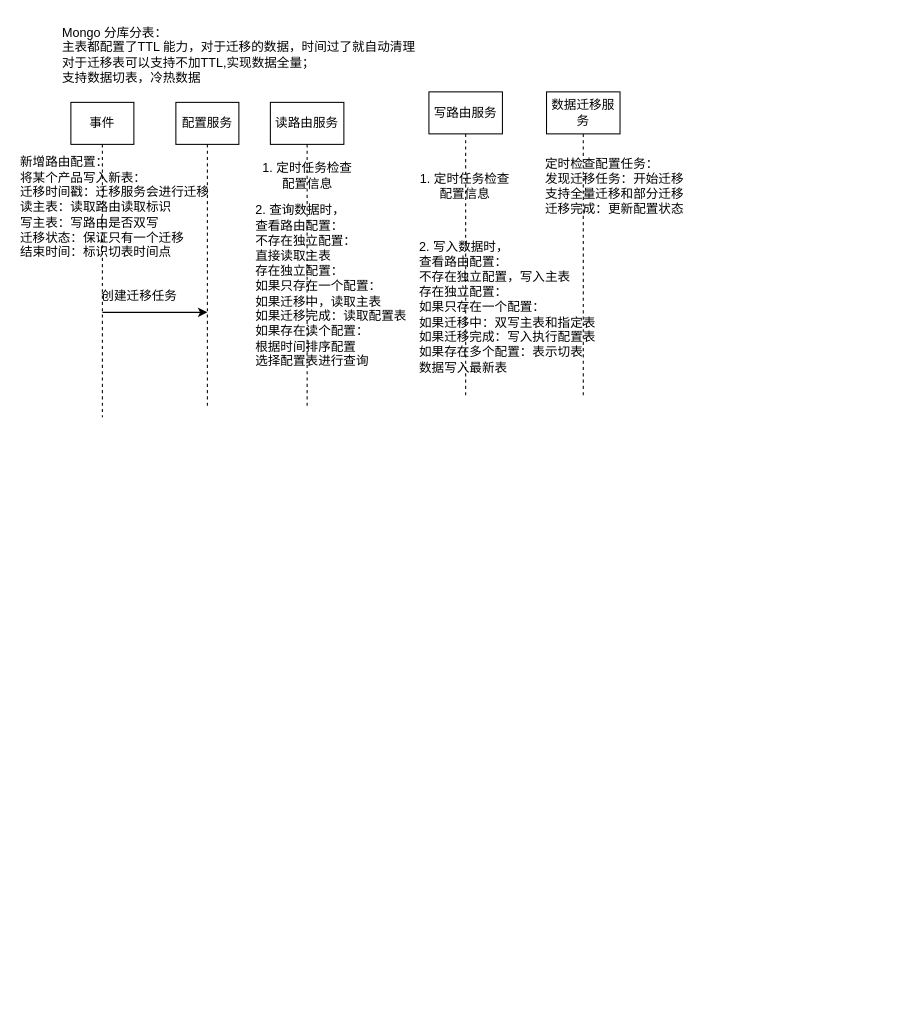
This is 八股文.drawio from cqu20141693/draw.io, a draw.io file, before an edit. Source tidied: cells renumbered, new cells numbered last; positions are measured from the earlier drawing's top-left corner, leaving out a move shared by most shapes. Both pictures are drawn from the tidied source at 105%, with x=0, y=0 at pixel (18, 18).
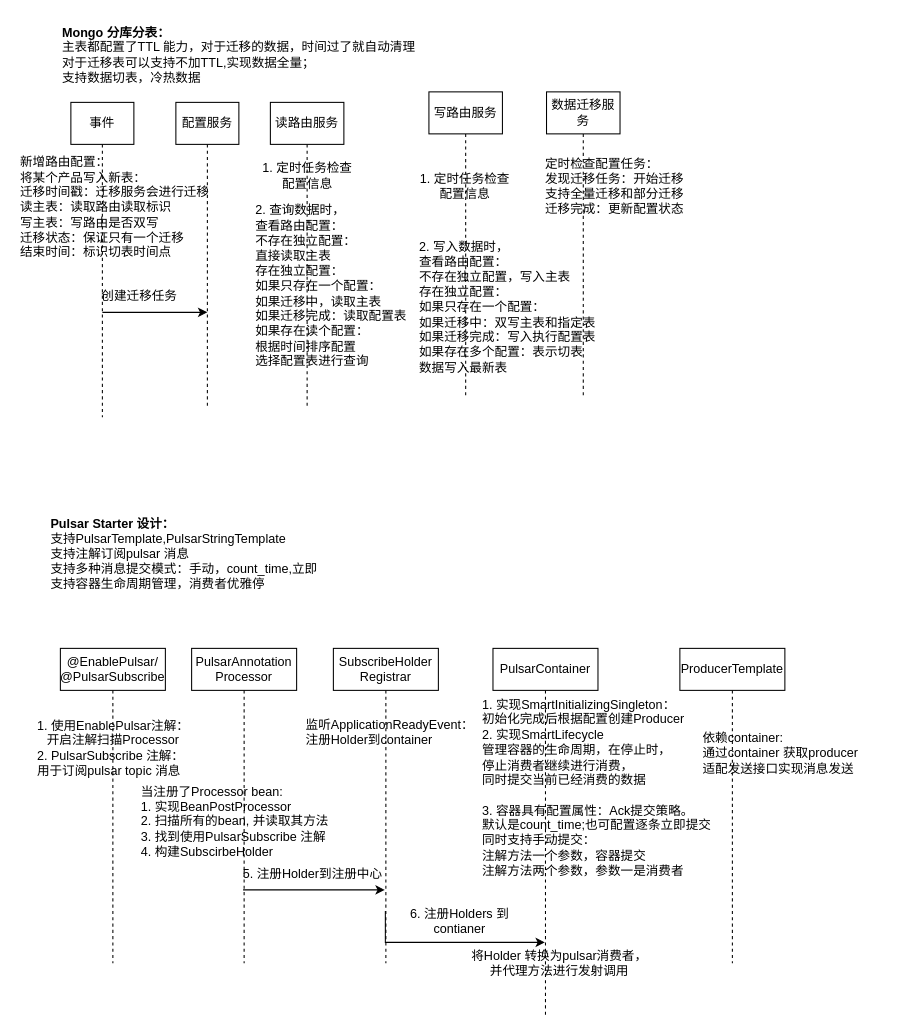
Above is the later version.

Commit message:
更新八股文.drawio

What changed in the source:
```diff
@@
-    <mxCell id="2" value="Mongo 分库分表：&amp;nbsp;&lt;div&gt;主表都配置了TTL 能力，对于迁移的数据，时间过了就自动清理&lt;/div&gt;&lt;div&gt;对于迁移表可以支持不加TTL,实现数据全量；&lt;/div&gt;&lt;div&gt;支持数据切表，冷热数据&lt;/div&gt;" style="text;html=1;align=left;verticalAlign=middle;strokeColor=none;fillColor=none;" parent="1" vertex="1">
+    <mxCell id="2" value="&lt;b&gt;Mongo 分库分表：&amp;nbsp;&lt;/b&gt;&lt;div&gt;主表都配置了TTL 能力，对于迁移的数据，时间过了就自动清理&lt;/div&gt;&lt;div&gt;对于迁移表可以支持不加TTL,实现数据全量；&lt;/div&gt;&lt;div&gt;支持数据切表，冷热数据&lt;/div&gt;" style="text;html=1;align=left;verticalAlign=middle;strokeColor=none;fillColor=none;" parent="1" vertex="1">
       <mxGeometry x="40" width="360" height="70" as="geometry" />
     </mxCell>
@@
+    <mxCell id="16" value="&lt;b&gt;Pulsar Starter 设计：&lt;/b&gt;&lt;div&gt;支持PulsarTemplate,PulsarStringTemplate&lt;/div&gt;&lt;div&gt;支持注解订阅pulsar 消息&lt;/div&gt;&lt;div&gt;支持多种消息提交模式：手动，count_time,立即&lt;/div&gt;&lt;div&gt;支持容器生命周期管理，消费者优雅停&lt;/div&gt;" style="text;html=1;strokeColor=none;fillColor=none;align=left;verticalAlign=middle;whiteSpace=wrap;rounded=0;" parent="1" vertex="1">
+      <mxGeometry x="29" y="470" width="271" height="80" as="geometry" />
+    </mxCell>
+    <mxCell id="17" value="@EnablePulsar/&lt;div&gt;@PulsarSubscribe&lt;/div&gt;" style="shape=umlLifeline;perimeter=lifelinePerimeter;whiteSpace=wrap;html=1;newEdgeStyle={&quot;edgeStyle&quot;:&quot;elbowEdgeStyle&quot;,&quot;elbow&quot;:&quot;vertical&quot;,&quot;curved&quot;:0,&quot;rounded&quot;:0};" parent="1" vertex="1">
+      <mxGeometry x="40" y="600" width="100" height="300" as="geometry" />
+    </mxCell>
+    <mxCell id="18" style="edgeStyle=elbowEdgeStyle;rounded=0;orthogonalLoop=1;jettySize=auto;html=1;elbow=vertical;curved=0;" parent="1" edge="1">
+      <mxGeometry relative="1" as="geometry">
+        <mxPoint x="214" y="830" as="sourcePoint" />
+        <mxPoint x="349" y="830" as="targetPoint" />
+      </mxGeometry>
+    </mxCell>
+    <mxCell id="19" value="PulsarAnnotation&lt;div&gt;Processor&lt;/div&gt;" style="shape=umlLifeline;perimeter=lifelinePerimeter;whiteSpace=wrap;html=1;newEdgeStyle={&quot;edgeStyle&quot;:&quot;elbowEdgeStyle&quot;,&quot;elbow&quot;:&quot;vertical&quot;,&quot;curved&quot;:0,&quot;rounded&quot;:0};" parent="1" vertex="1">
+      <mxGeometry x="165" y="600" width="100" height="300" as="geometry" />
+    </mxCell>
+    <mxCell id="20" value="1. 使用EnablePulsar注解：&lt;div&gt;开启注解扫描Processor&lt;/div&gt;&lt;div style=&quot;text-align: left;&quot;&gt;2. PulsarSubscribe 注解：&lt;/div&gt;&lt;div style=&quot;text-align: left;&quot;&gt;用于订阅pulsar topic 消息&lt;/div&gt;" style="text;html=1;align=center;verticalAlign=middle;strokeColor=none;fillColor=none;" parent="1" vertex="1">
+      <mxGeometry x="5" y="660" width="170" height="70" as="geometry" />
+    </mxCell>
+    <mxCell id="21" value="当注册了Processor bean:&lt;div&gt;1. 实现BeanPostProcessor&lt;/div&gt;&lt;div&gt;2. 扫描所有的bean, 并读取其方法&lt;/div&gt;&lt;div&gt;3. 找到使用PulsarSubscribe 注解&lt;/div&gt;&lt;div&gt;4. 构建SubscirbeHolder&lt;/div&gt;" style="text;html=1;align=left;verticalAlign=middle;strokeColor=none;fillColor=none;" parent="1" vertex="1">
+      <mxGeometry x="115" y="720" width="200" height="90" as="geometry" />
+    </mxCell>
+    <mxCell id="22" style="edgeStyle=elbowEdgeStyle;rounded=0;jettySize=auto;html=1;elbow=vertical;curved=0;" parent="1" edge="1" target="25">
+      <mxGeometry relative="1" as="geometry">
+        <mxPoint x="349.5" y="850" as="sourcePoint" />
+        <Array as="points">
+          <mxPoint x="490" y="880" />
+        </Array>
+      </mxGeometry>
+    </mxCell>
+    <mxCell id="23" value="SubscribeHolder&lt;div&gt;Registrar&lt;br&gt;&lt;/div&gt;" style="shape=umlLifeline;perimeter=lifelinePerimeter;whiteSpace=wrap;html=1;newEdgeStyle={&quot;edgeStyle&quot;:&quot;elbowEdgeStyle&quot;,&quot;elbow&quot;:&quot;vertical&quot;,&quot;curved&quot;:0,&quot;rounded&quot;:0};" parent="1" vertex="1">
+      <mxGeometry x="300" y="600" width="100" height="300" as="geometry" />
+    </mxCell>
+    <mxCell id="24" value="5. 注册Holder到注册中心" style="text;html=1;align=center;verticalAlign=middle;strokeColor=none;fillColor=none;" parent="1" vertex="1">
+      <mxGeometry x="200" y="800" width="160" height="30" as="geometry" />
+    </mxCell>
+    <mxCell id="25" value="&lt;div&gt;PulsarContainer&lt;br&gt;&lt;/div&gt;" style="shape=umlLifeline;perimeter=lifelinePerimeter;whiteSpace=wrap;html=1;outlineConnect=0;portConstraint=eastwest;newEdgeStyle={&quot;edgeStyle&quot;:&quot;elbowEdgeStyle&quot;,&quot;elbow&quot;:&quot;vertical&quot;,&quot;curved&quot;:0,&quot;rounded&quot;:0};" parent="1" vertex="1">
+      <mxGeometry x="452" y="600" width="100" height="350" as="geometry" />
+    </mxCell>
+    <mxCell id="26" value="监听ApplicationReadyEvent：&lt;div&gt;注册Holder到container&lt;/div&gt;" style="text;html=1;align=left;verticalAlign=middle;strokeColor=none;fillColor=none;" parent="1" vertex="1">
+      <mxGeometry x="272" y="660" width="180" height="40" as="geometry" />
+    </mxCell>
+    <mxCell id="27" value="6. 注册Holders 到&lt;div&gt;contianer&lt;/div&gt;" style="text;html=1;align=center;verticalAlign=middle;strokeColor=none;fillColor=none;" parent="1" vertex="1">
+      <mxGeometry x="360" y="840" width="120" height="40" as="geometry" />
+    </mxCell>
+    <mxCell id="28" value="1. 实现SmartInitializingSingleton：&lt;div&gt;初始化完成后根据配置创建Producer&lt;/div&gt;&lt;div&gt;2. 实现SmartLifecycle&lt;/div&gt;&lt;div&gt;管理容器的生命周期，在停止时，&lt;/div&gt;&lt;div&gt;停止消费者继续进行消费，&lt;/div&gt;&lt;div&gt;同时提交当前已经消费的数据&lt;/div&gt;&lt;div&gt;&lt;br&gt;&lt;/div&gt;&lt;div&gt;3. 容器具有配置属性：Ack提交策略。&lt;/div&gt;&lt;div&gt;默认是count_time;也可配置逐条立即提交&lt;/div&gt;&lt;div&gt;同时支持手动提交：&lt;/div&gt;&lt;div&gt;注解方法一个参数，容器提交&lt;/div&gt;&lt;div&gt;注解方法两个参数，参数一是消费者&lt;/div&gt;&lt;div&gt;&lt;br&gt;&lt;/div&gt;" style="text;html=1;align=left;verticalAlign=middle;strokeColor=none;fillColor=none;" parent="1" vertex="1">
+      <mxGeometry x="440" y="640" width="240" height="200" as="geometry" />
+    </mxCell>
+    <mxCell id="29" value="将Holder 转换为pulsar消费者，&lt;div&gt;并代理方法进行发射调用&lt;/div&gt;" style="text;html=1;align=center;verticalAlign=middle;strokeColor=none;fillColor=none;" parent="1" vertex="1">
+      <mxGeometry x="420" y="880" width="190" height="40" as="geometry" />
+    </mxCell>
+    <mxCell id="30" value="ProducerTemplate" style="shape=umlLifeline;perimeter=lifelinePerimeter;whiteSpace=wrap;html=1;newEdgeStyle={&quot;edgeStyle&quot;:&quot;elbowEdgeStyle&quot;,&quot;elbow&quot;:&quot;vertical&quot;,&quot;curved&quot;:0,&quot;rounded&quot;:0};" parent="1" vertex="1">
+      <mxGeometry x="630" y="600" width="100" height="300" as="geometry" />
+    </mxCell>
+    <mxCell id="31" value="依赖container:&lt;div&gt;通过container 获取producer&lt;/div&gt;&lt;div&gt;适配发送接口实现消息发送&lt;/div&gt;" style="text;html=1;align=left;verticalAlign=middle;strokeColor=none;fillColor=none;" parent="1" vertex="1">
+      <mxGeometry x="650" y="670" width="170" height="60" as="geometry" />
+    </mxCell>
```
